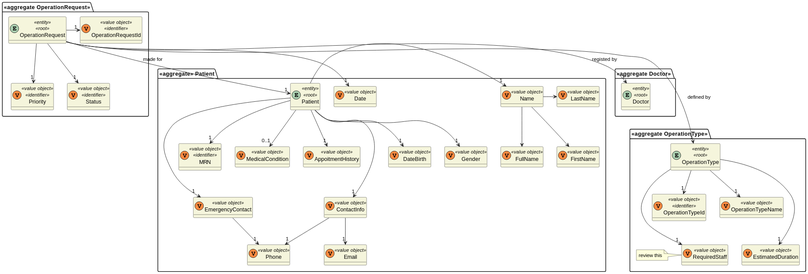
The PlantUML diagram docs/sprint-1/1220683/us-5.1.17/diagrams/DM/domain-model.svg in rita-barbosa/LAPR5-2425, before a commit.
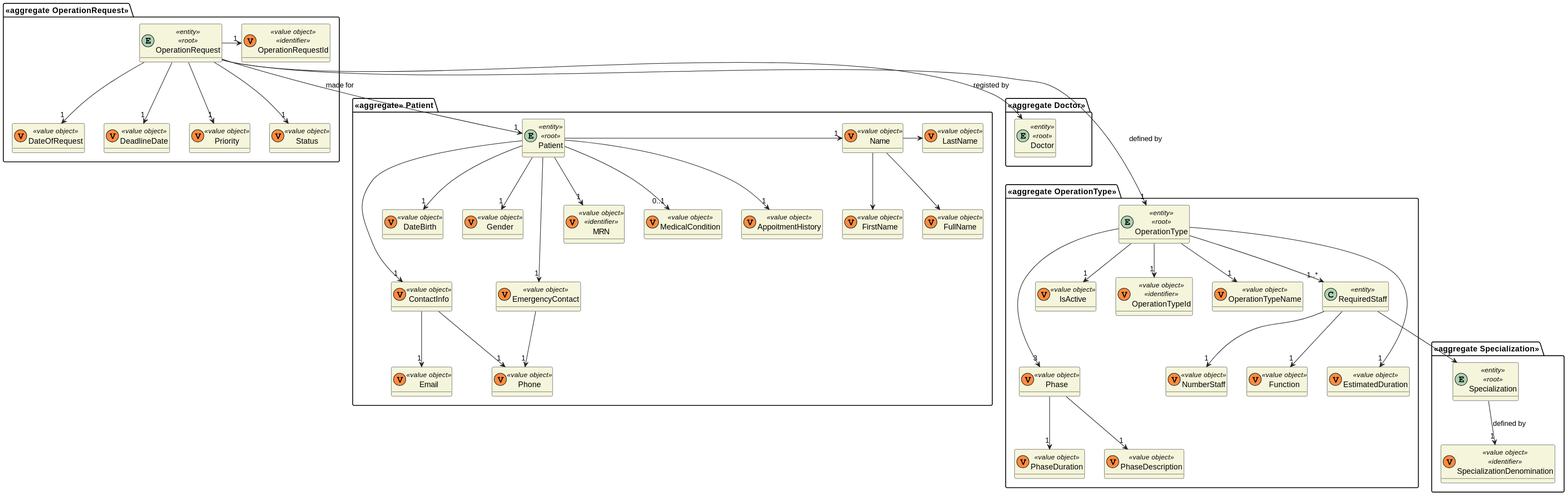
The same file after the commit.

Commit message:
DG38-180 | docs: Domain Model Update

What changed in the source:
```diff
@@ -5,24 +5,24 @@
 skinparam ArrowColor #222222
 
 
+
 package "<<aggregate>> Patient" {
     entity Patient <<entity>> <<root>> {}
     class DateBirth <<(V,#FF8B40)value object>> {}
     class Gender <<(V,#FF8B40)value object>> {}
-
     class EmergencyContact <<(V,#FF8B40)value object>> {}
     class MRN <<(V,#FF8B40)value object>> <<identifier>> {}
     class MedicalCondition <<(V,#FF8B40)value object>> {}
     class AppoitmentHistory <<(V,#FF8B40)value object>> {}
 
     class Name <<(V,#FF8B40)value object>> {}
+
     class FirstName <<(V,#FF8B40)value object>> {}
     class LastName <<(V,#FF8B40)value object>> {}
     class FullName <<(V,#FF8B40)value object>> {}
     class ContactInfo <<(V,#FF8B40)value object>> {}
     class Phone <<(V,#FF8B40)value object>> {}
     class Email <<(V,#FF8B40)value object>> {}
-    class Date <<(V,#FF8B40)value object>> {}
 }
 
 package "<<aggregate Doctor>>" {
@@ -33,17 +33,32 @@
 package "<<aggregate OperationRequest>>"{
     entity OperationRequest <<entity>> <<root>> {}
     class OperationRequestId <<(V,#FF8B40)value object>> <<identifier>> {}
-    class Priority <<(V,#FF8B40)value object>> <<identifier>> {}
-    class Status <<(V,#FF8B40)value object>> <<identifier>> {}
+    class Priority <<(V,#FF8B40)value object>> {}
+    class Status <<(V,#FF8B40)value object>>  {}
+    class DateOfRequest <<(V,#FF8B40)value object>>  {}
+    class DeadlineDate <<(V,#FF8B40)value object>>  {}
+
 }
 
 package "<<aggregate OperationType>>"{
     entity OperationType <<entity>> <<root>> {}
     class OperationTypeId <<(V,#FF8B40)value object>> <<identifier>> {}
     class OperationTypeName <<(V,#FF8B40)value object>>  {}
-    class RequiredStaff <<(V,#FF8B40)value object>>  {}
-    note left: review this
+    class RequiredStaff <<entity>>  {}
+    class NumberStaff <<(V,#FF8B40)value object>>  {}
+
     class EstimatedDuration <<(V,#FF8B40)value object>>  {}
+    class Phase <<(V,#FF8B40)value object>>  {}
+    class PhaseDuration <<(V,#FF8B40)value object>>  {}
+    class PhaseDescription <<(V,#FF8B40)value object>> {}
+    class IsActive <<(V,#FF8B40)value object>> {}
+    class Function <<(V,#FF8B40)value object>>  {}
+
+}
+
+package "<<aggregate Specialization>>"{
+    entity Specialization <<entity>> <<root>> {}
+    class SpecializationDenomination <<(V,#FF8B40)value object>> <<identifier>> {}
 }
 
 
@@ -51,18 +66,28 @@
 Name -> LastName
 Name --> FullName
 
+
 OperationType --> "1" OperationTypeId
+OperationType --> "1" IsActive
 OperationType --> "1" OperationTypeName
-OperationType ---> "1" RequiredStaff
+OperationType --> "1..*" RequiredStaff
+RequiredStaff --> "1" Specialization
+RequiredStaff --> "1" Function
+RequiredStaff --> "1" NumberStaff
 OperationType ---> "1" EstimatedDuration
+OperationType ---> "3" Phase
+Phase --> "1" PhaseDuration
+Phase --> "1" PhaseDescription
 
 OperationRequest -> "1" OperationRequestId
 OperationRequest --> "1" Priority
 OperationRequest --> "1" Patient : made for
 OperationRequest --> "1" Doctor : registed by
 OperationRequest ---> "1" OperationType : defined by
-OperationRequest --> "1" Date
+OperationRequest --> "1" DateOfRequest
+OperationRequest --> "1" DeadlineDate
 OperationRequest --> "1" Status
+
 
 Patient -> "1" Name
 Patient --> "1" DateBirth
@@ -75,4 +100,6 @@
 ContactInfo --> "1" Email
 ContactInfo --> "1" Phone
 EmergencyContact --> "1" Phone
+
+Specialization --> "1" SpecializationDenomination : defined by
 @enduml
```
